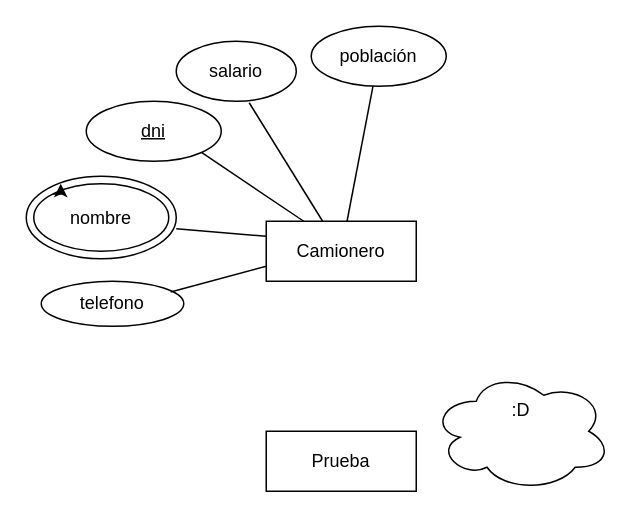
florenciacastro95/EnviosDB keeps this draw.io diagram as Prueba.drawio. Above is the earlier version. Source tidied: cells renumbered, new cells numbered last; positions are measured from the earlier drawing's top-left corner, leaving out a move shared by most shapes. Both pictures are drawn from the tidied source at 150%, with x=0, y=0 at pixel (26, 26).
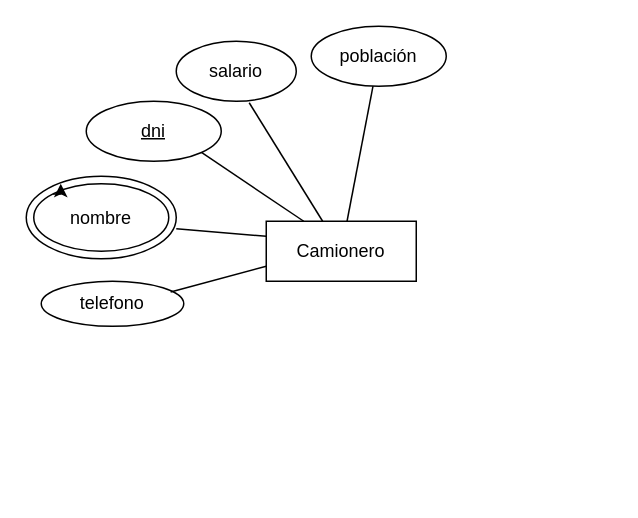
After the change.

Change to the diagram source:
```diff
@@
 <mxGraphModel>
   <root>
     <mxCell id="0" />
     <mxCell id="1" parent="0" />
     <mxCell id="2" value="Camionero" style="rounded=0;whiteSpace=wrap;html=1;" parent="1" vertex="1">
       <mxGeometry x="160" y="130" width="100" height="40" as="geometry" />
     </mxCell>
     <mxCell id="3" value="&lt;u&gt;dni&lt;/u&gt;" style="ellipse;whiteSpace=wrap;html=1;" parent="1" vertex="1">
       <mxGeometry x="40" y="50" width="90" height="40" as="geometry" />
     </mxCell>
     <mxCell id="4" value="salario" style="ellipse;whiteSpace=wrap;html=1;" parent="1" vertex="1">
       <mxGeometry x="100" y="10" width="80" height="40" as="geometry" />
     </mxCell>
     <mxCell id="5" value="población" style="ellipse;whiteSpace=wrap;html=1;" parent="1" vertex="1">
       <mxGeometry x="190" width="90" height="40" as="geometry" />
     </mxCell>
     <mxCell id="6" value="telefono" style="ellipse;whiteSpace=wrap;html=1;" parent="1" vertex="1">
       <mxGeometry x="10" y="170" width="95" height="30" as="geometry" />
     </mxCell>
     <mxCell id="7" style="endArrow=none;html=1;rounded=0;entryX=0;entryY=0.75;entryDx=0;entryDy=0;exitX=0.908;exitY=0.238;exitDx=0;exitDy=0;exitPerimeter=0;" parent="1" edge="1" source="6" target="2">
       <mxGeometry relative="1" as="geometry" />
     </mxCell>
     <mxCell id="8" style="endArrow=none;html=1;rounded=0;entryX=0;entryY=0.25;entryDx=0;entryDy=0;exitX=1;exitY=0.636;exitDx=0;exitDy=0;exitPerimeter=0;" parent="1" edge="1" source="13" target="2">
       <mxGeometry relative="1" as="geometry" />
     </mxCell>
     <mxCell id="9" style="endArrow=none;html=1;rounded=0;entryX=1;entryY=1;entryDx=0;entryDy=0;exitX=0.25;exitY=0;exitDx=0;exitDy=0;" parent="1" edge="1" source="2" target="3">
       <mxGeometry relative="1" as="geometry" />
     </mxCell>
     <mxCell id="10" style="endArrow=none;html=1;rounded=0;entryX=0.608;entryY=1.025;entryDx=0;entryDy=0;entryPerimeter=0;" parent="1" edge="1" source="2" target="4">
       <mxGeometry relative="1" as="geometry" />
     </mxCell>
     <mxCell id="11" style="endArrow=none;html=1;rounded=0;" parent="1" edge="1" source="2" target="5">
       <mxGeometry relative="1" as="geometry" />
     </mxCell>
     <mxCell id="12" style="group;" parent="1" vertex="1">
       <mxGeometry y="100" width="100" height="55" as="geometry" />
     </mxCell>
     <mxCell id="13" style="ellipse;whiteSpace=wrap;html=1;" parent="12" vertex="1">
       <mxGeometry width="100" height="55" as="geometry" />
     </mxCell>
     <mxCell id="14" value="nombre" style="ellipse;whiteSpace=wrap;html=1;strokeColor=default;" parent="12" vertex="1">
       <mxGeometry x="5" y="5" width="90" height="45" as="geometry" />
     </mxCell>
     <mxCell id="15" style="edgeStyle=orthogonalEdgeStyle;rounded=0;orthogonalLoop=1;jettySize=auto;html=1;exitX=0;exitY=0;exitDx=0;exitDy=0;entryX=0.2;entryY=0;entryDx=0;entryDy=0;entryPerimeter=0;" parent="12" edge="1" source="14" target="14">
       <mxGeometry relative="1" as="geometry" />
     </mxCell>
-    <mxCell id="16" value="Prueba" style="whiteSpace=wrap;html=1;align=center;" parent="1" vertex="1">
-      <mxGeometry x="160" y="270" width="100" height="40" as="geometry" />
-    </mxCell>
-    <mxCell id="17" value=":D&lt;div&gt;&lt;br&gt;&lt;/div&gt;&lt;div&gt;&lt;br&gt;&lt;/div&gt;" style="ellipse;shape=cloud;whiteSpace=wrap;html=1;" parent="1" vertex="1">
-      <mxGeometry x="270" y="230" width="120" height="80" as="geometry" />
-    </mxCell>
   </root>
 </mxGraphModel>
```
